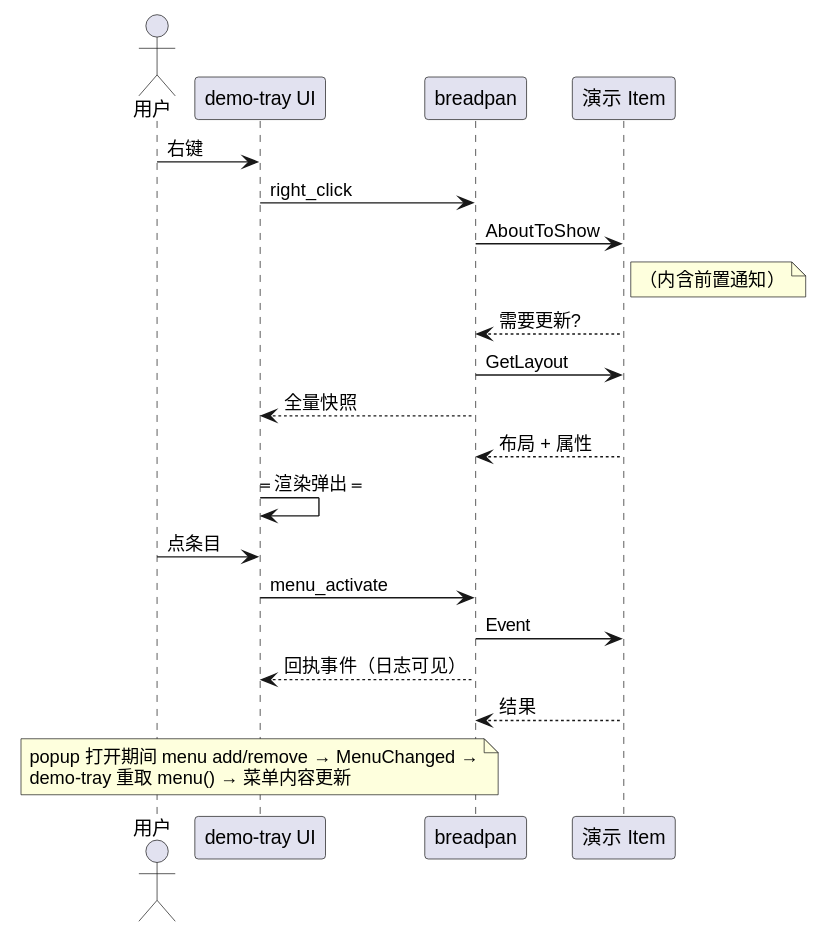
This is diagram/demo-tray-context-menu.svg from 54m43lJ/BreadKnife, a PlantUML export, as it was before one commit. The source it was exported from:
```plantuml
@startuml
actor 用户
participant "demo-tray UI" as ui
participant breadpan
participant "演示 Item" as item

用户 -> ui: 右键
ui -> breadpan: right_click
breadpan -> item: AboutToShow
note right of item: （内含前置通知）
item --> breadpan: 需要更新?
breadpan -> item: GetLayout
ui <-- breadpan: 全量快照
item --> breadpan: 布局 + 属性
ui -> ui: == 渲染弹出 ==
用户 -> ui: 点条目
ui -> breadpan: menu_activate
breadpan -> item: Event
ui <-- breadpan: 回执事件（日志可见）
item --> breadpan: 结果
note over ui
  popup 打开期间 menu add/remove → MenuChanged →
  demo-tray 重取 menu() → 菜单内容更新
end note
@enduml
```
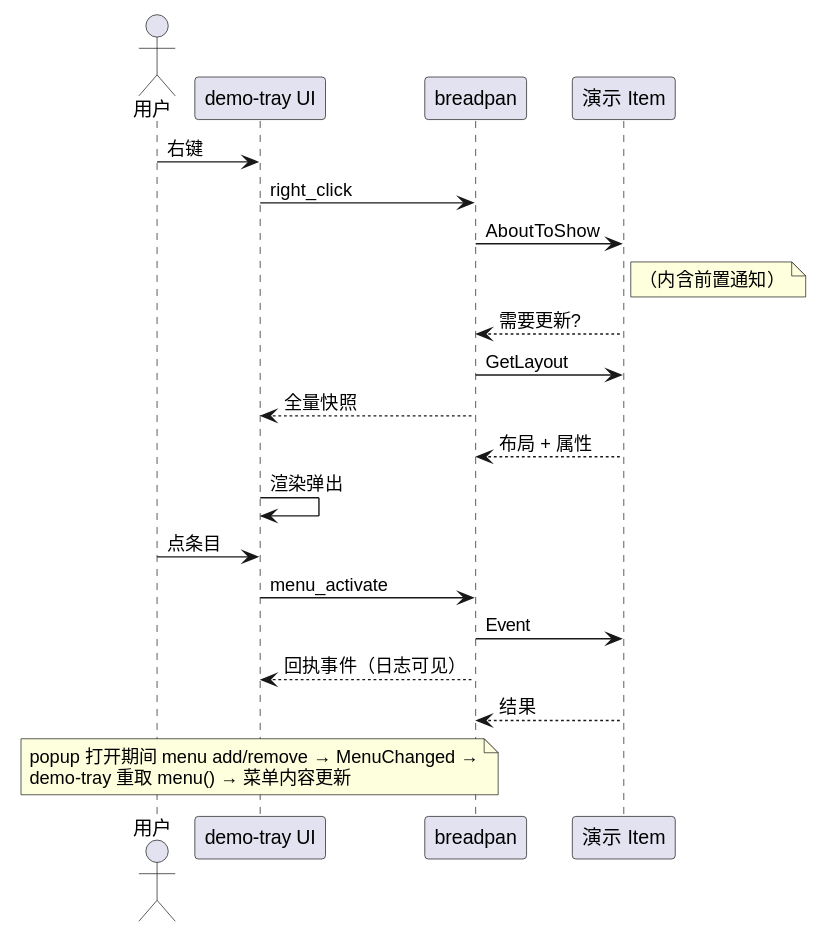
After the commit.

What changed in the source:
```diff
@@ -12,7 +12,7 @@
 breadpan -> item: GetLayout
 ui <-- breadpan: 全量快照
 item --> breadpan: 布局 + 属性
-ui -> ui: == 渲染弹出 ==
+ui -> ui: 渲染弹出
 用户 -> ui: 点条目
 ui -> breadpan: menu_activate
 breadpan -> item: Event
```
